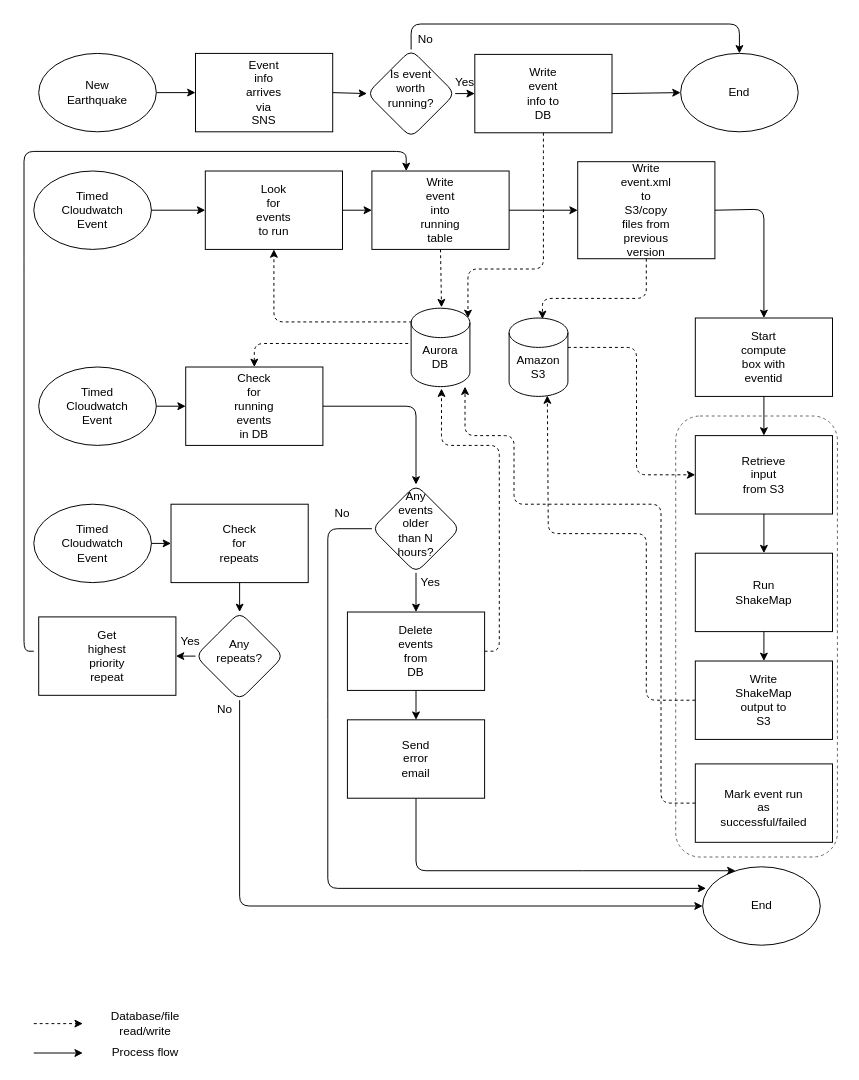
The draw.io diagram Untitled Diagram.drawio in mhearne-usgs/shakemap_aws_queue, before the edit. Source tidied: cells renumbered, new cells numbered last; positions are measured from the earlier drawing's top-left corner, leaving out a move shared by most shapes. Both pictures are drawn from the tidied source at 98%, with x=0, y=0 at pixel (24, 24).
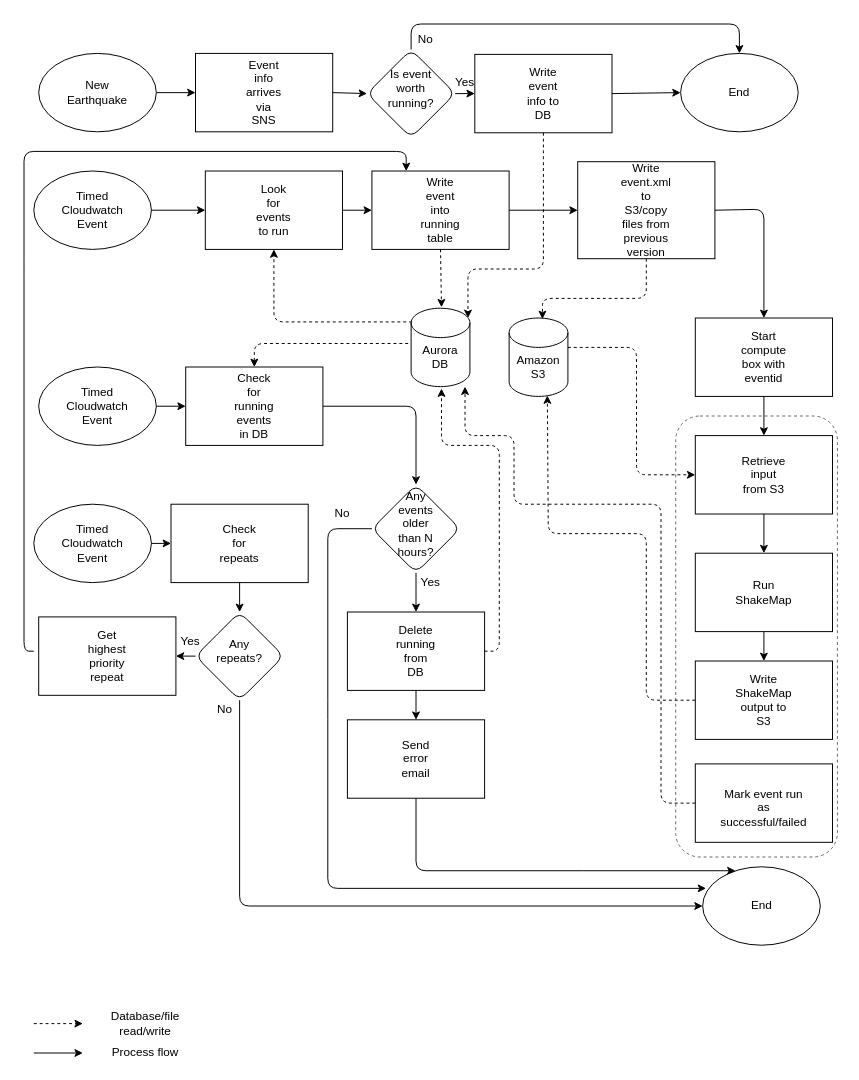
The same diagram, later.

The change refers to these unchanged cells:
```xml
<mxCell id="65" style="group;" parent="1" vertex="1">
  <mxGeometry x="330" y="600" width="140" height="80" as="geometry" />
</mxCell>
```

Diff of the diagram source:
```diff
@@
-    <mxCell id="67" value="Delete events from DB" style="text;html=1;strokeColor=none;fillColor=none;align=center;verticalAlign=middle;whiteSpace=wrap;rounded=0;" parent="65" vertex="1">
+    <mxCell id="67" value="Delete running from DB" style="text;html=1;strokeColor=none;fillColor=none;align=center;verticalAlign=middle;whiteSpace=wrap;rounded=0;" parent="65" vertex="1">
       <mxGeometry x="50" y="30" width="40" height="20" as="geometry" />
     </mxCell>
```
